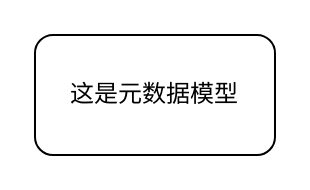
This is 数据同步.drawio from gangxing/drawio, a draw.io file, before an edit. Source tidied: cells renumbered, new cells numbered last; positions are measured from the earlier drawing's top-left corner, leaving out a move shared by most shapes. Both pictures are drawn from the tidied source at 200%, with x=0, y=0 at pixel (34, 34).
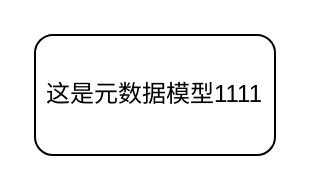
The same page after the edit.

Change to the diagram source:
```diff
@@
 <mxGraphModel>
   <root>
     <mxCell id="0" />
     <mxCell id="1" parent="0" />
-    <mxCell id="2" value="这是元数据模型" style="rounded=1;whiteSpace=wrap;html=1;" parent="1" vertex="1">
+    <mxCell id="2" value="这是元数据模型1111" style="rounded=1;whiteSpace=wrap;html=1;" parent="1" vertex="1">
       <mxGeometry width="120" height="60" as="geometry" />
     </mxCell>
   </root>
 </mxGraphModel>
```
